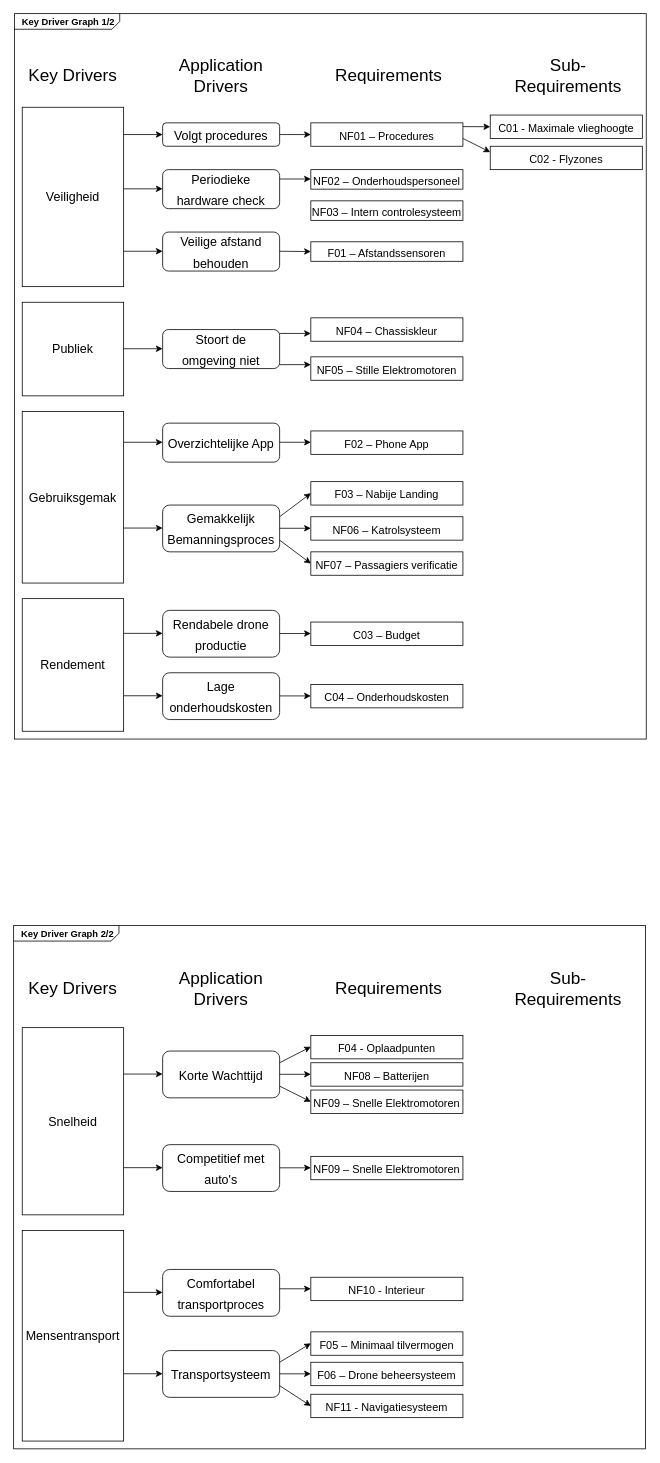
This is Key Drivers/KeyDriverGraph.drawio from ASCanak/SysEn, a draw.io file, before an edit. Source tidied: cells renumbered, new cells numbered last; positions are measured from the earlier drawing's top-left corner, leaving out a move shared by most shapes. Both pictures are drawn from the tidied source at 78%, with x=0, y=0 at pixel (13, 13).
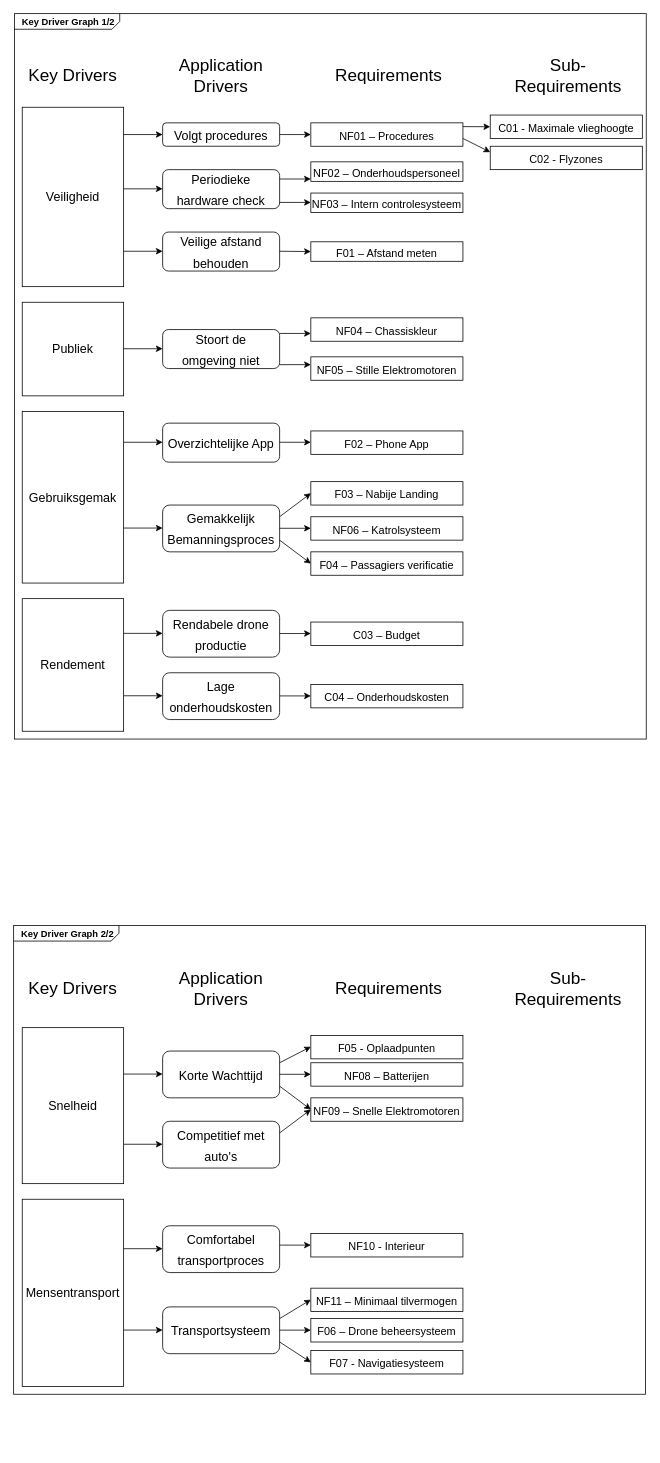
Above is the later version.

Change to the diagram source:
```diff
@@
     <mxCell id="2" value="&lt;p style=&quot;margin: 0px ; margin-top: 4px ; margin-left: 10px ; text-align: left&quot;&gt;&lt;b&gt;Key Driver Graph 2/2&lt;/b&gt;&lt;/p&gt;" style="html=1;shape=mxgraph.sysml.package;align=left;spacingLeft=5;verticalAlign=top;spacingTop=-3;labelX=135;html=1;overflow=fill;" parent="1" vertex="1">
-      <mxGeometry y="1169" width="810" height="671" as="geometry" />
+      <mxGeometry y="1169" width="810" height="601" as="geometry" />
     </mxCell>
@@
     <mxCell id="11" value="&lt;span style=&quot;line-height: 107%&quot;&gt;&lt;font style=&quot;font-size: 14px&quot;&gt;NF02 – Onderhoudspersoneel&lt;/font&gt;&lt;/span&gt;" style="rounded=0;whiteSpace=wrap;html=1;fontSize=22;" parent="1" vertex="1">
-      <mxGeometry x="381" y="200" width="195" height="25" as="geometry" />
+      <mxGeometry x="381" y="190" width="195" height="25" as="geometry" />
     </mxCell>
@@
-    <mxCell id="15" value="&lt;span style=&quot;line-height: 107%&quot;&gt;&lt;font style=&quot;font-size: 14px&quot;&gt;F01 – Afstandssensoren&lt;/font&gt;&lt;/span&gt;" style="rounded=0;whiteSpace=wrap;html=1;fontSize=22;" parent="1" vertex="1">
+    <mxCell id="15" value="&lt;span style=&quot;line-height: 107%&quot;&gt;&lt;font style=&quot;font-size: 14px&quot;&gt;F01 – Afstand meten&lt;/font&gt;&lt;/span&gt;" style="rounded=0;whiteSpace=wrap;html=1;fontSize=22;" parent="1" vertex="1">
       <mxGeometry x="381" y="292.5" width="195" height="25" as="geometry" />
     </mxCell>
@@
-    <mxCell id="37" value="&lt;span style=&quot;line-height: 107%&quot;&gt;&lt;font style=&quot;font-size: 14px&quot;&gt;NF07 – Passagiers verificatie&lt;/font&gt;&lt;/span&gt;" style="rounded=0;whiteSpace=wrap;html=1;fontSize=22;" parent="1" vertex="1">
+    <mxCell id="37" value="&lt;span style=&quot;line-height: 107%&quot;&gt;&lt;font style=&quot;font-size: 14px&quot;&gt;F04 – Passagiers verificatie&lt;/font&gt;&lt;/span&gt;" style="rounded=0;whiteSpace=wrap;html=1;fontSize=22;" parent="1" vertex="1">
       <mxGeometry x="381" y="690" width="195" height="30" as="geometry" />
     </mxCell>
@@
     <mxCell id="45" value="&lt;font style=&quot;font-size: 16px&quot;&gt;Snelheid&lt;/font&gt;" style="rounded=0;whiteSpace=wrap;html=1;" parent="1" vertex="1">
-      <mxGeometry x="11" y="1300" width="130" height="240" as="geometry" />
+      <mxGeometry x="11" y="1300" width="130" height="200" as="geometry" />
     </mxCell>
     <mxCell id="46" value="&lt;font style=&quot;font-size: 16px&quot;&gt;Mensentransport&lt;/font&gt;" style="rounded=0;whiteSpace=wrap;html=1;" parent="1" vertex="1">
-      <mxGeometry x="11" y="1560" width="130" height="270" as="geometry" />
+      <mxGeometry x="11" y="1520" width="130" height="240" as="geometry" />
     </mxCell>
@@
     <mxCell id="51" value="&lt;font style=&quot;font-size: 16px&quot;&gt;Competitief met auto's&lt;br&gt;&lt;/font&gt;" style="rounded=1;whiteSpace=wrap;html=1;fontSize=22;" parent="1" vertex="1">
-      <mxGeometry x="191" y="1450" width="150" height="60" as="geometry" />
+      <mxGeometry x="191" y="1420" width="150" height="60" as="geometry" />
     </mxCell>
@@
-    <mxCell id="53" value="&lt;span style=&quot;font-size: 14px&quot;&gt;F04 - Oplaadpunten&lt;/span&gt;" style="rounded=0;whiteSpace=wrap;html=1;fontSize=22;" parent="1" vertex="1">
+    <mxCell id="53" value="&lt;span style=&quot;font-size: 14px&quot;&gt;F05 - Oplaadpunten&lt;/span&gt;" style="rounded=0;whiteSpace=wrap;html=1;fontSize=22;" parent="1" vertex="1">
       <mxGeometry x="381" y="1310" width="195" height="30" as="geometry" />
     </mxCell>
@@
-    <mxCell id="55" value="&lt;span style=&quot;font-size: 14px&quot;&gt;NF09 – Snelle Elektromotoren&lt;/span&gt;" style="rounded=0;whiteSpace=wrap;html=1;fontSize=22;" parent="1" vertex="1">
-      <mxGeometry x="381" y="1465" width="195" height="30" as="geometry" />
-    </mxCell>
@@
     <mxCell id="57" value="&lt;span style=&quot;line-height: 107%&quot;&gt;&lt;font style=&quot;font-size: 14px&quot;&gt;NF03 – Intern controlesysteem&lt;/font&gt;&lt;/span&gt;" style="rounded=0;whiteSpace=wrap;html=1;fontSize=22;" parent="1" vertex="1">
-      <mxGeometry x="381" y="240" width="195" height="25" as="geometry" />
+      <mxGeometry x="381" y="230" width="195" height="25" as="geometry" />
     </mxCell>
@@
     <mxCell id="66" value="&lt;span style=&quot;font-size: 14px&quot;&gt;NF09 – Snelle Elektromotoren&lt;/span&gt;" style="rounded=0;whiteSpace=wrap;html=1;fontSize=22;" parent="1" vertex="1">
-      <mxGeometry x="381" y="1380" width="195" height="30" as="geometry" />
+      <mxGeometry x="381" y="1390" width="195" height="30" as="geometry" />
     </mxCell>
@@
     <mxCell id="68" style="endArrow=classic;html=1;fontSize=22;entryX=0;entryY=0.5;entryDx=0;entryDy=0;" parent="1" edge="1">
       <mxGeometry relative="1" as="geometry">
-        <mxPoint x="141" y="1479.5" as="sourcePoint" />
-        <mxPoint x="191" y="1479.5" as="targetPoint" />
+        <mxPoint x="141" y="1449.5" as="sourcePoint" />
+        <mxPoint x="191" y="1449.5" as="targetPoint" />
       </mxGeometry>
     </mxCell>
@@
-    <mxCell id="72" style="endArrow=classic;html=1;fontSize=22;" parent="1" edge="1">
-      <mxGeometry relative="1" as="geometry">
-        <mxPoint x="341" y="1479.7" as="sourcePoint" />
-        <mxPoint x="381" y="1479.7" as="targetPoint" />
-      </mxGeometry>
+    <mxCell id="72" style="endArrow=classic;html=1;fontSize=22;exitX=1;exitY=0.25;exitDx=0;exitDy=0;entryX=0;entryY=0.5;entryDx=0;entryDy=0;" parent="1" edge="1" source="51" target="66">
+      <mxGeometry relative="1" as="geometry" />
     </mxCell>
     <mxCell id="73" value="&lt;font style=&quot;font-size: 16px&quot;&gt;Comfortabel transportproces&lt;br&gt;&lt;/font&gt;" style="rounded=1;whiteSpace=wrap;html=1;fontSize=22;" parent="1" vertex="1">
-      <mxGeometry x="191" y="1610" width="150" height="60" as="geometry" />
+      <mxGeometry x="191" y="1554" width="150" height="60" as="geometry" />
     </mxCell>
     <mxCell id="74" value="&lt;font style=&quot;font-size: 16px&quot;&gt;Transportsysteem&lt;br&gt;&lt;/font&gt;" style="rounded=1;whiteSpace=wrap;html=1;fontSize=22;" parent="1" vertex="1">
-      <mxGeometry x="191" y="1714" width="150" height="60" as="geometry" />
+      <mxGeometry x="191" y="1658" width="150" height="60" as="geometry" />
     </mxCell>
     <mxCell id="75" value="&lt;span style=&quot;font-size: 14px&quot;&gt;F06 – Drone beheersysteem&lt;/span&gt;" style="rounded=0;whiteSpace=wrap;html=1;fontSize=22;" parent="1" vertex="1">
-      <mxGeometry x="381" y="1729" width="195" height="30" as="geometry" />
+      <mxGeometry x="381" y="1673" width="195" height="30" as="geometry" />
     </mxCell>
-    <mxCell id="76" value="&lt;span style=&quot;font-size: 14px&quot;&gt;F05 – Minimaal tilvermogen&lt;/span&gt;" style="rounded=0;whiteSpace=wrap;html=1;fontSize=22;" parent="1" vertex="1">
-      <mxGeometry x="381" y="1690" width="195" height="30" as="geometry" />
+    <mxCell id="76" value="&lt;span style=&quot;font-size: 14px&quot;&gt;NF11 – Minimaal tilvermogen&lt;/span&gt;" style="rounded=0;whiteSpace=wrap;html=1;fontSize=22;" parent="1" vertex="1">
+      <mxGeometry x="381" y="1634" width="195" height="30" as="geometry" />
     </mxCell>
-    <mxCell id="77" value="&lt;span style=&quot;font-size: 14px&quot;&gt;NF11 - Navigatiesysteem&lt;/span&gt;" style="rounded=0;whiteSpace=wrap;html=1;fontSize=22;" parent="1" vertex="1">
-      <mxGeometry x="381" y="1770" width="195" height="30" as="geometry" />
+    <mxCell id="77" value="&lt;span style=&quot;font-size: 14px&quot;&gt;F07 - Navigatiesysteem&lt;/span&gt;" style="rounded=0;whiteSpace=wrap;html=1;fontSize=22;" parent="1" vertex="1">
+      <mxGeometry x="381" y="1714" width="195" height="30" as="geometry" />
     </mxCell>
     <mxCell id="78" value="&lt;span style=&quot;font-size: 14px&quot;&gt;NF10 - Interieur&lt;/span&gt;" style="rounded=0;whiteSpace=wrap;html=1;fontSize=22;" parent="1" vertex="1">
-      <mxGeometry x="381" y="1620" width="195" height="30" as="geometry" />
+      <mxGeometry x="381" y="1564" width="195" height="30" as="geometry" />
     </mxCell>
     <mxCell id="79" style="endArrow=classic;html=1;fontSize=22;entryX=0;entryY=0.5;entryDx=0;entryDy=0;" parent="1" edge="1">
       <mxGeometry relative="1" as="geometry">
-        <mxPoint x="141" y="1639.4" as="sourcePoint" />
-        <mxPoint x="191" y="1639.4" as="targetPoint" />
+        <mxPoint x="141" y="1583.4" as="sourcePoint" />
+        <mxPoint x="191" y="1583.4" as="targetPoint" />
       </mxGeometry>
     </mxCell>
     <mxCell id="80" style="endArrow=classic;html=1;fontSize=22;" parent="1" edge="1">
       <mxGeometry relative="1" as="geometry">
-        <mxPoint x="341" y="1743.8" as="sourcePoint" />
-        <mxPoint x="381" y="1743.8" as="targetPoint" />
+        <mxPoint x="341" y="1687.8" as="sourcePoint" />
+        <mxPoint x="381" y="1687.8" as="targetPoint" />
       </mxGeometry>
     </mxCell>
     <mxCell id="81" style="endArrow=classic;html=1;fontSize=22;" parent="1" edge="1">
       <mxGeometry relative="1" as="geometry">
-        <mxPoint x="341" y="1634.8" as="sourcePoint" />
-        <mxPoint x="381" y="1634.8" as="targetPoint" />
+        <mxPoint x="341" y="1578.8" as="sourcePoint" />
+        <mxPoint x="381" y="1578.8" as="targetPoint" />
       </mxGeometry>
     </mxCell>
     <mxCell id="82" style="endArrow=classic;html=1;fontSize=22;exitX=1;exitY=0.25;exitDx=0;exitDy=0;" parent="1" edge="1" source="74">
       <mxGeometry relative="1" as="geometry">
-        <mxPoint x="381" y="1704.8" as="targetPoint" />
+        <mxPoint x="381" y="1648.8" as="targetPoint" />
       </mxGeometry>
     </mxCell>
     <mxCell id="83" style="endArrow=classic;html=1;fontSize=22;entryX=0;entryY=0.5;entryDx=0;entryDy=0;" parent="1" edge="1" target="77">
       <mxGeometry relative="1" as="geometry">
-        <mxPoint x="341" y="1759" as="sourcePoint" />
+        <mxPoint x="341" y="1703" as="sourcePoint" />
       </mxGeometry>
     </mxCell>
     <mxCell id="84" style="endArrow=classic;html=1;fontSize=22;entryX=0;entryY=0.5;entryDx=0;entryDy=0;" parent="1" edge="1">
       <mxGeometry relative="1" as="geometry">
-        <mxPoint x="141" y="1743.7" as="sourcePoint" />
-        <mxPoint x="191" y="1743.7" as="targetPoint" />
+        <mxPoint x="141" y="1687.7" as="sourcePoint" />
+        <mxPoint x="191" y="1687.7" as="targetPoint" />
       </mxGeometry>
     </mxCell>
+    <mxCell id="85" style="endArrow=classic;html=1;fontSize=22;" parent="1" edge="1">
+      <mxGeometry relative="1" as="geometry">
+        <mxPoint x="341" y="242" as="sourcePoint" />
+        <mxPoint x="381" y="242" as="targetPoint" />
+      </mxGeometry>
+    </mxCell>
```
